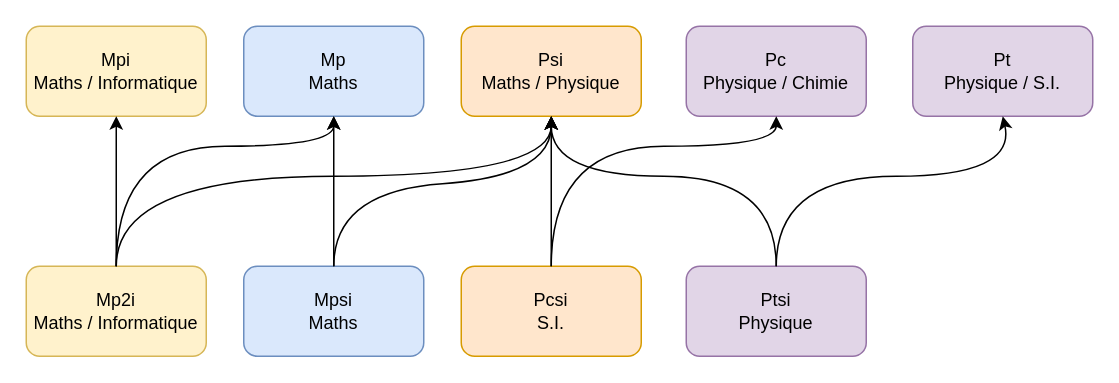
Above: contenu/filiere/Deuxième_année.drawio in prepas-mp2i/prepas-mp2i.fr (draw.io), before the change. Source tidied: cells renumbered, new cells numbered last; positions are measured from the earlier drawing's top-left corner, leaving out a move shared by most shapes. Both pictures are drawn from the tidied source at 150%, with x=0, y=0 at pixel (26, 26).
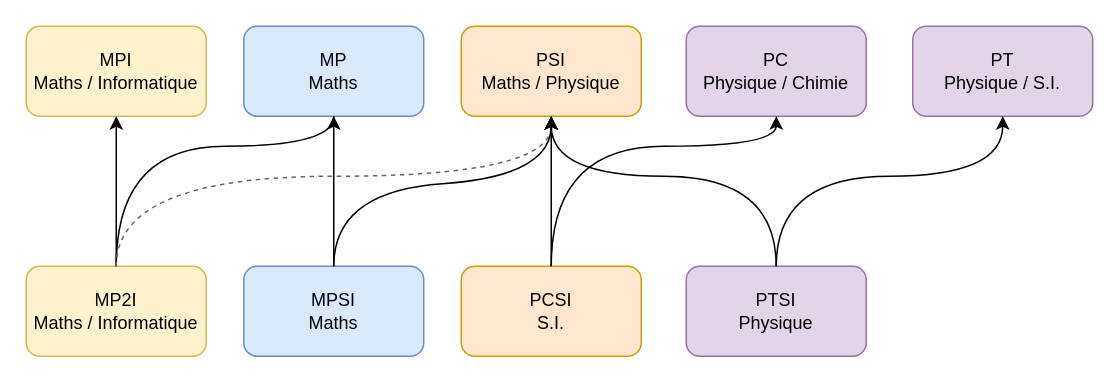
After the change.

Change to the diagram source:
```diff
@@
-    <mxCell id="2" value="Mp2i&lt;br&gt;Maths / Informatique" style="rounded=1;whiteSpace=wrap;html=1;fillColor=#fff2cc;strokeColor=#d6b656;" parent="1" vertex="1">
+    <mxCell id="2" value="MP2I&lt;br&gt;Maths / Informatique" style="rounded=1;whiteSpace=wrap;html=1;fillColor=#fff2cc;strokeColor=#d6b656;" parent="1" vertex="1">
       <mxGeometry y="160" width="120" height="60" as="geometry" />
     </mxCell>
-    <mxCell id="3" value="Mpsi&lt;br&gt;&lt;div&gt;Maths&lt;/div&gt;" style="rounded=1;whiteSpace=wrap;html=1;fillColor=#dae8fc;strokeColor=#6c8ebf;" parent="1" vertex="1">
+    <mxCell id="3" value="MPSI&lt;br&gt;&lt;div&gt;Maths&lt;/div&gt;" style="rounded=1;whiteSpace=wrap;html=1;fillColor=#dae8fc;strokeColor=#6c8ebf;" parent="1" vertex="1">
       <mxGeometry x="145" y="160" width="120" height="60" as="geometry" />
     </mxCell>
-    <mxCell id="4" value="Pcsi&lt;br&gt;S.I." style="rounded=1;whiteSpace=wrap;html=1;fillColor=#ffe6cc;strokeColor=#d79b00;" parent="1" vertex="1">
+    <mxCell id="4" value="PCSI&lt;br&gt;S.I." style="rounded=1;whiteSpace=wrap;html=1;fillColor=#ffe6cc;strokeColor=#d79b00;" parent="1" vertex="1">
       <mxGeometry x="290" y="160" width="120" height="60" as="geometry" />
     </mxCell>
-    <mxCell id="5" value="Ptsi&lt;br&gt;Physique" style="rounded=1;whiteSpace=wrap;html=1;fillColor=#e1d5e7;strokeColor=#9673a6;" parent="1" vertex="1">
+    <mxCell id="5" value="PTSI&lt;br&gt;Physique" style="rounded=1;whiteSpace=wrap;html=1;fillColor=#e1d5e7;strokeColor=#9673a6;" parent="1" vertex="1">
       <mxGeometry x="440" y="160" width="120" height="60" as="geometry" />
     </mxCell>
-    <mxCell id="6" value="Mpi&lt;br&gt;Maths / Informatique" style="rounded=1;whiteSpace=wrap;html=1;fillColor=#fff2cc;strokeColor=#d6b656;" parent="1" vertex="1">
+    <mxCell id="6" value="MPI&lt;br&gt;Maths / Informatique" style="rounded=1;whiteSpace=wrap;html=1;fillColor=#fff2cc;strokeColor=#d6b656;" parent="1" vertex="1">
       <mxGeometry width="120" height="60" as="geometry" />
     </mxCell>
-    <mxCell id="7" value="Mp&lt;br&gt;Maths" style="rounded=1;whiteSpace=wrap;html=1;fillColor=#dae8fc;strokeColor=#6c8ebf;" parent="1" vertex="1">
+    <mxCell id="7" value="MP&lt;br&gt;Maths" style="rounded=1;whiteSpace=wrap;html=1;fillColor=#dae8fc;strokeColor=#6c8ebf;" parent="1" vertex="1">
       <mxGeometry x="145" width="120" height="60" as="geometry" />
     </mxCell>
-    <mxCell id="8" value="Psi&lt;br&gt;&lt;div&gt;Maths / Physique&lt;/div&gt;" style="rounded=1;whiteSpace=wrap;html=1;fillColor=#ffe6cc;strokeColor=#d79b00;" parent="1" vertex="1">
+    <mxCell id="8" value="PSI&lt;br&gt;&lt;div&gt;Maths / Physique&lt;/div&gt;" style="rounded=1;whiteSpace=wrap;html=1;fillColor=#ffe6cc;strokeColor=#d79b00;" parent="1" vertex="1">
       <mxGeometry x="290" width="120" height="60" as="geometry" />
     </mxCell>
-    <mxCell id="9" value="Pc&lt;br&gt;Physique / Chimie" style="rounded=1;whiteSpace=wrap;html=1;fillColor=#e1d5e7;strokeColor=#9673a6;" parent="1" vertex="1">
+    <mxCell id="9" value="PC&lt;br&gt;Physique / Chimie" style="rounded=1;whiteSpace=wrap;html=1;fillColor=#e1d5e7;strokeColor=#9673a6;" parent="1" vertex="1">
       <mxGeometry x="440" width="120" height="60" as="geometry" />
     </mxCell>
@@
-    <mxCell id="13" style="curved=1;endArrow=classic;html=1;rounded=0;entryX=0.5;entryY=1;entryDx=0;entryDy=0;exitX=0.5;exitY=0;exitDx=0;exitDy=0;" parent="1" edge="1" source="2" target="7">
+    <mxCell id="13" style="curved=1;endArrow=none;html=1;rounded=0;entryX=0.5;entryY=1;entryDx=0;entryDy=0;exitX=0.5;exitY=0;exitDx=0;exitDy=0;endFill=0;" parent="1" edge="1" source="2" target="7">
       <mxGeometry relative="1" as="geometry">
         <Array as="points">
           <mxPoint x="60" y="80" />
           <mxPoint x="205" y="80" />
         </Array>
       </mxGeometry>
     </mxCell>
-    <mxCell id="14" style="curved=1;endArrow=classic;html=1;rounded=0;entryX=0.5;entryY=1;entryDx=0;entryDy=0;exitX=0.5;exitY=0;exitDx=0;exitDy=0;" parent="1" edge="1" source="2" target="8">
+    <mxCell id="14" style="curved=1;endArrow=classic;html=1;rounded=0;entryX=0.5;entryY=1;entryDx=0;entryDy=0;exitX=0.5;exitY=0;exitDx=0;exitDy=0;fillColor=#f5f5f5;strokeColor=#666666;dashed=1;" parent="1" edge="1" source="2" target="8">
       <mxGeometry relative="1" as="geometry">
         <Array as="points">
           <mxPoint x="60" y="100" />
           <mxPoint x="350" y="100" />
         </Array>
       </mxGeometry>
     </mxCell>
@@
-    <mxCell id="17" value="Pt&lt;br&gt;Physique / S.I." style="rounded=1;whiteSpace=wrap;html=1;fillColor=#e1d5e7;strokeColor=#9673a6;" parent="1" vertex="1">
+    <mxCell id="17" value="PT&lt;br&gt;Physique / S.I." style="rounded=1;whiteSpace=wrap;html=1;fillColor=#e1d5e7;strokeColor=#9673a6;" parent="1" vertex="1">
       <mxGeometry x="591" width="120" height="60" as="geometry" />
     </mxCell>
     <mxCell id="18" style="curved=1;endArrow=classic;html=1;rounded=0;exitX=0.5;exitY=0;exitDx=0;exitDy=0;entryX=0.5;entryY=1;entryDx=0;entryDy=0;" parent="1" edge="1" source="5" target="17">
       <mxGeometry relative="1" as="geometry">
         <Array as="points">
           <mxPoint x="500" y="100" />
-          <mxPoint x="660" y="100" />
+          <mxPoint x="651" y="100" />
         </Array>
       </mxGeometry>
     </mxCell>
```
